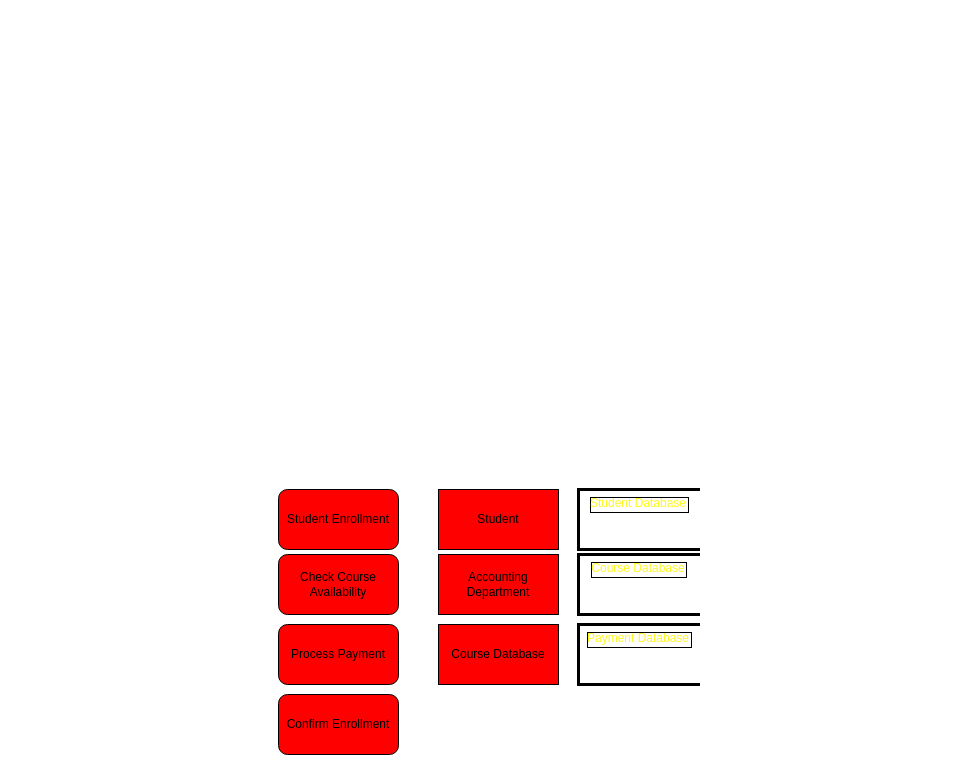
Earlier version of the draw.io diagram Untitled Diagram.drawio (rokirokirocknroll/Miciano-WebDev-PHPFundamentals). Source tidied: cells renumbered, new cells numbered last; positions are measured from the earlier drawing's top-left corner, leaving out a move shared by most shapes. Both pictures are drawn from the tidied source at 100%, with x=0, y=0 at pixel (278, 489).
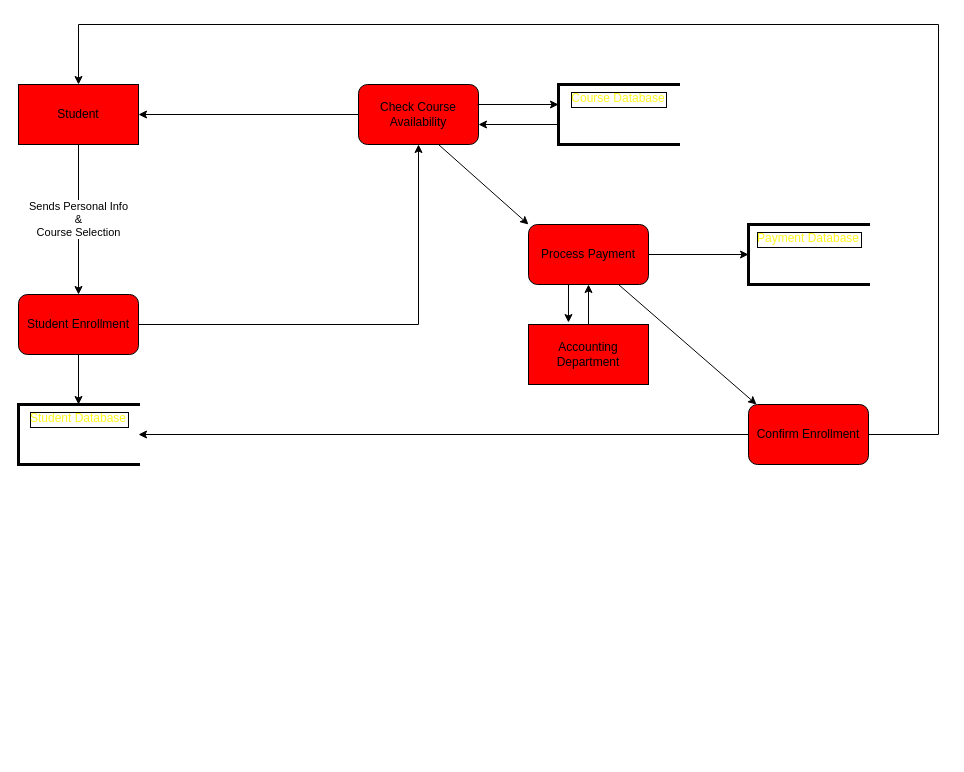
Above is the later version.

Unchanged cells that the change refers to:
```xml
<mxCell id="14" style="shape=partialRectangle;whiteSpace=wrap;html=1;right=0;top=0;bottom=0;fillColor=none;routingCenterX=-0.5;strokeWidth=3;fontStyle=3;fontColor=none;noLabel=1;" parent="12" vertex="1">
  <mxGeometry width="120" height="60" as="geometry" />
</mxCell>
<mxCell id="17" style="shape=partialRectangle;whiteSpace=wrap;html=1;right=0;top=0;bottom=0;fillColor=none;routingCenterX=-0.5;strokeWidth=3;fontStyle=3;fontColor=none;noLabel=1;" parent="15" vertex="1">
  <mxGeometry width="120" height="60" as="geometry" />
</mxCell>
```

The edit, as a diff of the source:
```diff
@@
+    <mxCell id="18" value="Sends Personal Info&lt;br&gt;&amp;amp;&lt;br&gt;Course Selection" style="edgeStyle=orthogonalEdgeStyle;rounded=0;jettySize=auto;html=1;" parent="1" edge="1" source="2" target="5">
+      <mxGeometry relative="1" as="geometry" />
+    </mxCell>
     <mxCell id="2" value="Student" style="rounded=0;whiteSpace=wrap;html=1;fillColor=#FF0000;gradientColor=none;gradientDirection=south;shadow=0;" parent="1" vertex="1">
-      <mxGeometry x="160" width="120" height="60" as="geometry" />
+      <mxGeometry x="-260" y="-405" width="120" height="60" as="geometry" />
     </mxCell>
-    <mxCell id="3" value="Accounting Department" style="rounded=0;whiteSpace=wrap;html=1;fillColor=#FF0000;gradientColor=none;gradientDirection=south;shadow=0;" parent="1" vertex="1">
-      <mxGeometry x="160" y="65" width="120" height="60" as="geometry" />
-    </mxCell>
-    <mxCell id="4" value="Course Database" style="rounded=0;whiteSpace=wrap;html=1;fillColor=#FF0000;gradientColor=none;gradientDirection=south;shadow=0;" parent="1" vertex="1">
-      <mxGeometry x="160" y="135" width="120" height="60" as="geometry" />
-    </mxCell>
+    <mxCell id="19" style="edgeStyle=orthogonalEdgeStyle;rounded=0;jettySize=auto;html=1;" parent="1" edge="1" source="5" target="6">
+      <mxGeometry relative="1" as="geometry" />
+    </mxCell>
+    <mxCell id="20" style="edgeStyle=orthogonalEdgeStyle;rounded=0;jettySize=auto;html=1;" parent="1" edge="1" source="5" target="14">
+      <mxGeometry relative="1" as="geometry" />
+    </mxCell>
     <mxCell id="5" value="Student Enrollment" style="rounded=1;whiteSpace=wrap;html=1;fillColor=#FF0000;" parent="1" vertex="1">
-      <mxGeometry width="120" height="60" as="geometry" />
+      <mxGeometry x="-260" y="-195" width="120" height="60" as="geometry" />
     </mxCell>
+    <mxCell id="21" style="edgeStyle=orthogonalEdgeStyle;rounded=0;jettySize=auto;html=1;" parent="1" edge="1" source="6" target="2">
+      <mxGeometry relative="1" as="geometry" />
+    </mxCell>
     <mxCell id="6" value="Check Course Availability" style="rounded=1;whiteSpace=wrap;html=1;fillColor=#FF0000;" parent="1" vertex="1">
-      <mxGeometry y="65" width="120" height="60" as="geometry" />
+      <mxGeometry x="80" y="-405" width="120" height="60" as="geometry" />
     </mxCell>
+    <mxCell id="22" style="edgeStyle=orthogonalEdgeStyle;rounded=0;jettySize=auto;html=1;" parent="1" edge="1" source="7" target="17">
+      <mxGeometry relative="1" as="geometry" />
+    </mxCell>
     <mxCell id="7" value="Process Payment" style="rounded=1;whiteSpace=wrap;html=1;fillColor=#FF0000;" parent="1" vertex="1">
-      <mxGeometry y="135" width="120" height="60" as="geometry" />
+      <mxGeometry x="250" y="-265" width="120" height="60" as="geometry" />
     </mxCell>
     <mxCell id="8" value="Confirm Enrollment" style="rounded=1;whiteSpace=wrap;html=1;fillColor=#FF0000;" parent="1" vertex="1">
-      <mxGeometry y="205" width="120" height="60" as="geometry" />
+      <mxGeometry x="470" y="-85" width="120" height="60" as="geometry" />
     </mxCell>
     <mxCell id="9" value="Course Database" style="group;fontColor=#FFF81F;labelBackgroundColor=none;labelBorderColor=default;" parent="1" vertex="1">
-      <mxGeometry x="300" y="65" width="120" height="60" as="geometry" />
+      <mxGeometry x="280" y="-405" width="120" height="60" as="geometry" />
     </mxCell>
@@
     <mxCell id="12" value="Student Database" style="group;fontColor=#FFF81F;labelBackgroundColor=none;labelBorderColor=default;" parent="1" vertex="1">
-      <mxGeometry x="300" width="120" height="60" as="geometry" />
+      <mxGeometry x="-260" y="-85" width="120" height="60" as="geometry" />
     </mxCell>
@@
     <mxCell id="15" value="Payment Database" style="group;fontColor=#FFF81F;labelBackgroundColor=none;labelBorderColor=default;" parent="1" vertex="1">
-      <mxGeometry x="300" y="135" width="120" height="60" as="geometry" />
+      <mxGeometry x="470" y="-265" width="120" height="60" as="geometry" />
     </mxCell>
@@
+    <mxCell id="23" style="endArrow=classic;html=1;rounded=0;entryX=0.008;entryY=0.367;entryDx=0;entryDy=0;entryPerimeter=0;" parent="1" edge="1">
+      <mxGeometry relative="1" as="geometry">
+        <mxPoint x="199" y="-385" as="sourcePoint" />
+        <mxPoint x="280" y="-385" as="targetPoint" />
+      </mxGeometry>
+    </mxCell>
+    <mxCell id="24" style="endArrow=classic;html=1;rounded=0;entryX=0.008;entryY=0.367;entryDx=0;entryDy=0;entryPerimeter=0;" parent="1" edge="1">
+      <mxGeometry relative="1" as="geometry">
+        <mxPoint x="281" y="-365" as="sourcePoint" />
+        <mxPoint x="200" y="-365" as="targetPoint" />
+      </mxGeometry>
+    </mxCell>
+    <mxCell id="25" style="endArrow=classic;html=1;rounded=0;entryX=0;entryY=0;entryDx=0;entryDy=0;" parent="1" edge="1" target="7">
+      <mxGeometry relative="1" as="geometry">
+        <mxPoint x="160" y="-345" as="sourcePoint" />
+      </mxGeometry>
+    </mxCell>
+    <mxCell id="26" style="endArrow=classic;html=1;rounded=0;entryX=0.333;entryY=-0.033;entryDx=0;entryDy=0;entryPerimeter=0;" parent="1" edge="1" target="3">
+      <mxGeometry relative="1" as="geometry">
+        <mxPoint x="290" y="-205" as="sourcePoint" />
+      </mxGeometry>
+    </mxCell>
+    <mxCell id="27" style="endArrow=classic;html=1;rounded=0;exitX=0.5;exitY=0;exitDx=0;exitDy=0;" parent="1" edge="1" source="3" target="7">
+      <mxGeometry relative="1" as="geometry" />
+    </mxCell>
+    <mxCell id="28" style="endArrow=classic;html=1;rounded=0;" parent="1" edge="1" target="3">
+      <mxGeometry relative="1" as="geometry">
+        <mxPoint x="330" y="-125" as="sourcePoint" />
+      </mxGeometry>
+    </mxCell>
+    <mxCell id="3" value="Accounting Department" style="rounded=0;whiteSpace=wrap;html=1;fillColor=#FF0000;gradientColor=none;gradientDirection=south;shadow=0;" parent="1" vertex="1">
+      <mxGeometry x="250" y="-165" width="120" height="60" as="geometry" />
+    </mxCell>
+    <mxCell id="29" style="endArrow=classic;html=1;rounded=0;exitX=0.75;exitY=1;exitDx=0;exitDy=0;entryX=0.067;entryY=0;entryDx=0;entryDy=0;entryPerimeter=0;" parent="1" edge="1" source="7" target="8">
+      <mxGeometry relative="1" as="geometry" />
+    </mxCell>
+    <mxCell id="30" style="endArrow=classic;html=1;rounded=0;exitX=0;exitY=0.5;exitDx=0;exitDy=0;entryX=1;entryY=0.5;entryDx=0;entryDy=0;" parent="1" edge="1" source="8" target="14">
+      <mxGeometry relative="1" as="geometry" />
+    </mxCell>
+    <mxCell id="31" style="endArrow=classic;html=1;rounded=0;edgeStyle=orthogonalEdgeStyle;exitX=1;exitY=0.5;exitDx=0;exitDy=0;" parent="1" edge="1" source="8" target="2">
+      <mxGeometry relative="1" as="geometry">
+        <Array as="points">
+          <mxPoint x="660" y="-55" />
+          <mxPoint x="660" y="-465" />
+          <mxPoint x="-200" y="-465" />
+        </Array>
+      </mxGeometry>
+    </mxCell>
```
